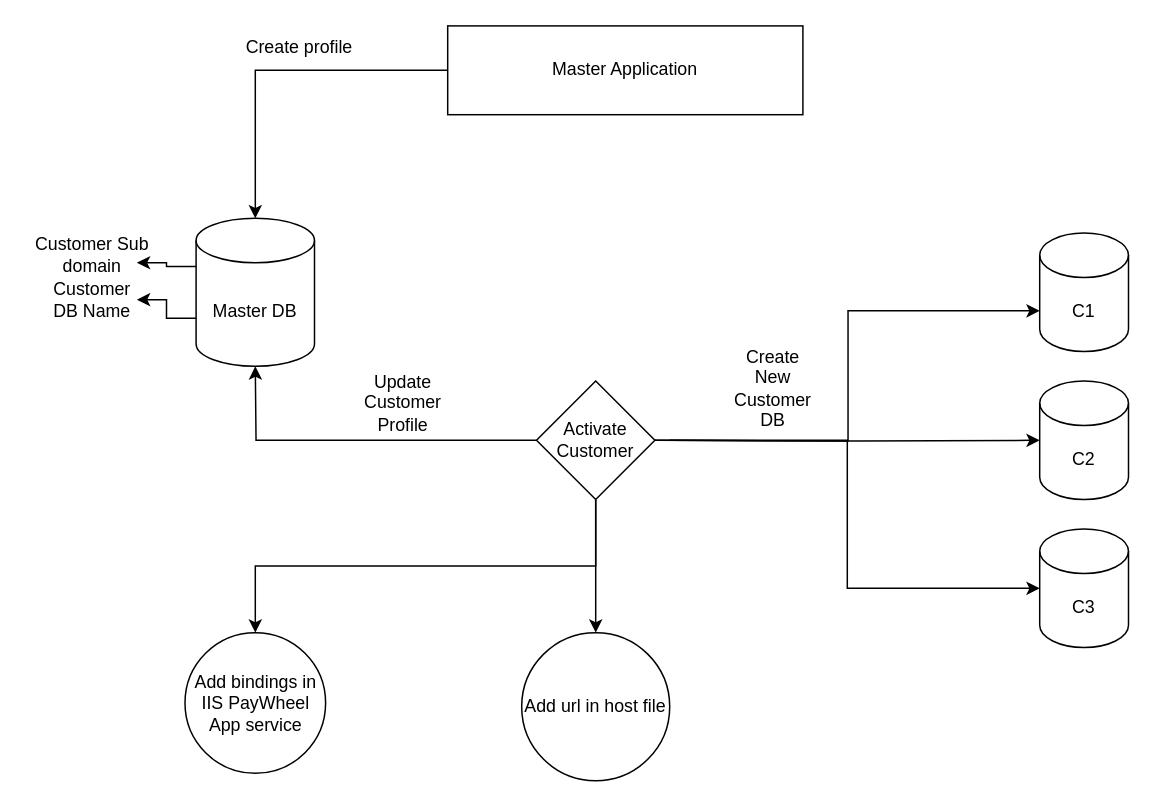
Above: page "Master App" (2 of 2) of PowerHCM.drawio in triconlabs/Documentation (draw.io), before the change. Source tidied: cells renumbered, new cells numbered last; positions are measured from the earlier drawing's top-left corner, leaving out a move shared by most shapes. Both pictures are drawn from the tidied source at 148%, with x=0, y=0 at pixel (25, 25).
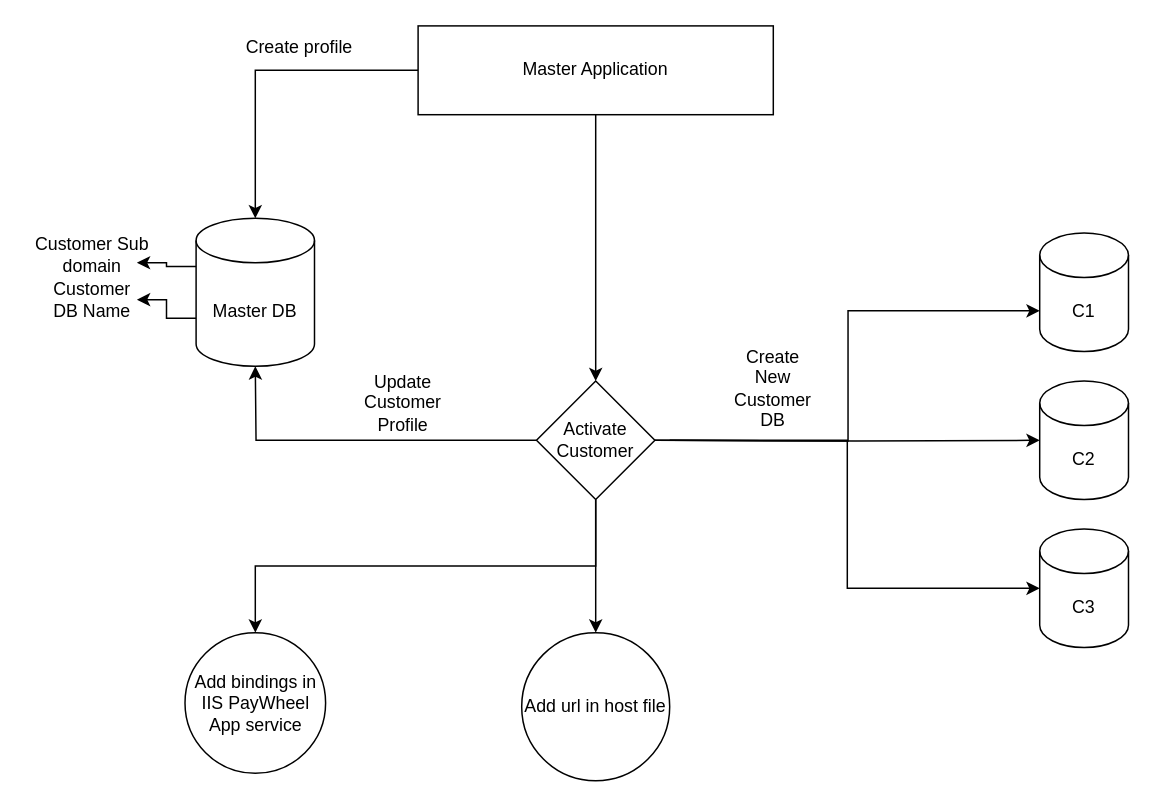
Above is the later version.

Unchanged cells that the change refers to:
```xml
<mxCell id="18" value="Activate Customer" style="rhombus;whiteSpace=wrap;html=1;" parent="1" vertex="1">
  <mxGeometry x="345" y="240" width="80" height="80" as="geometry" />
</mxCell>
```

The edit, as a diff of the source:
```diff
@@
+    <mxCell id="24" style="edgeStyle=orthogonalEdgeStyle;rounded=0;jettySize=auto;html=1;exitX=0.5;exitY=1;exitDx=0;exitDy=0;" parent="1" edge="1" source="3" target="18">
+      <mxGeometry relative="1" as="geometry" />
+    </mxCell>
     <mxCell id="3" value="Master Application" style="rounded=0;whiteSpace=wrap;html=1;" parent="1" vertex="1">
-      <mxGeometry x="285" width="240" height="60" as="geometry" />
+      <mxGeometry x="265" width="240" height="60" as="geometry" />
     </mxCell>
```
